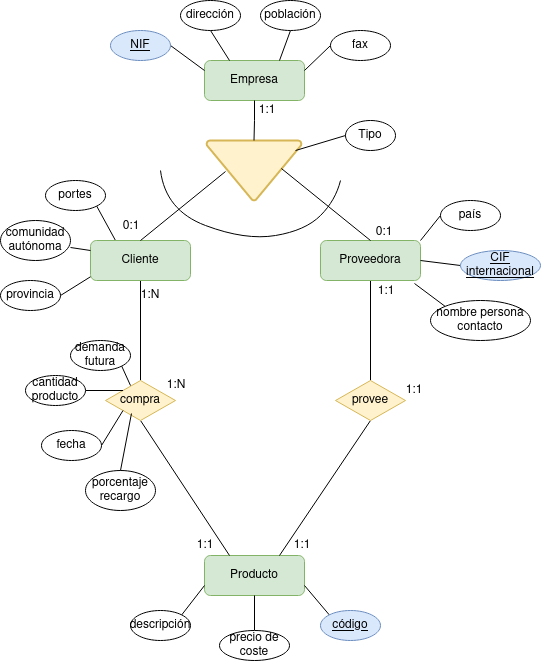
Above: Unidad-1/Tareas/Tareas-evaluables/Tarea-evaluable-4/tarea-evaluable-4.drawio.png in LuisMGlez/base-datos (draw.io), before the change. Source tidied: cells renumbered, new cells last; positions are measured from the earlier drawing's top-left corner, leaving out a move shared by most shapes.
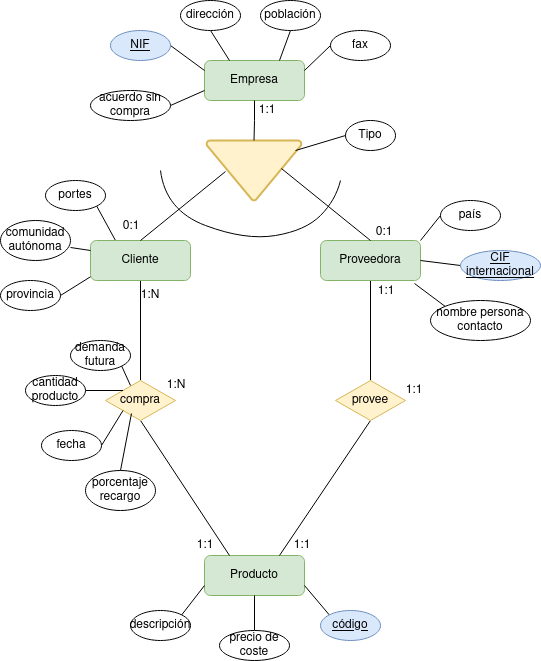
After the change.

Change to the diagram source:
```diff
@@ -193,5 +193,11 @@
     <mxCell id="61" style="rounded=0;jettySize=auto;html=1;exitX=1;exitY=1;exitDx=0;exitDy=0;entryX=0.357;entryY=0.125;entryDx=0;entryDy=0;entryPerimeter=0;endArrow=none;endFill=0;" parent="1" edge="1" source="49" target="18">
       <mxGeometry relative="1" as="geometry" />
     </mxCell>
+    <mxCell id="62" style="rounded=0;jettySize=auto;html=1;exitX=1;exitY=0.5;exitDx=0;exitDy=0;entryX=0;entryY=0.75;entryDx=0;entryDy=0;endArrow=none;endFill=0;" parent="1" edge="1" source="63" target="9">
+      <mxGeometry relative="1" as="geometry" />
+    </mxCell>
+    <mxCell id="63" value="acuerdo sin compra" style="ellipse;whiteSpace=wrap;html=1;" parent="1" vertex="1">
+      <mxGeometry x="90" y="90" width="80" height="30" as="geometry" />
+    </mxCell>
   </root>
 </mxGraphModel>
```
